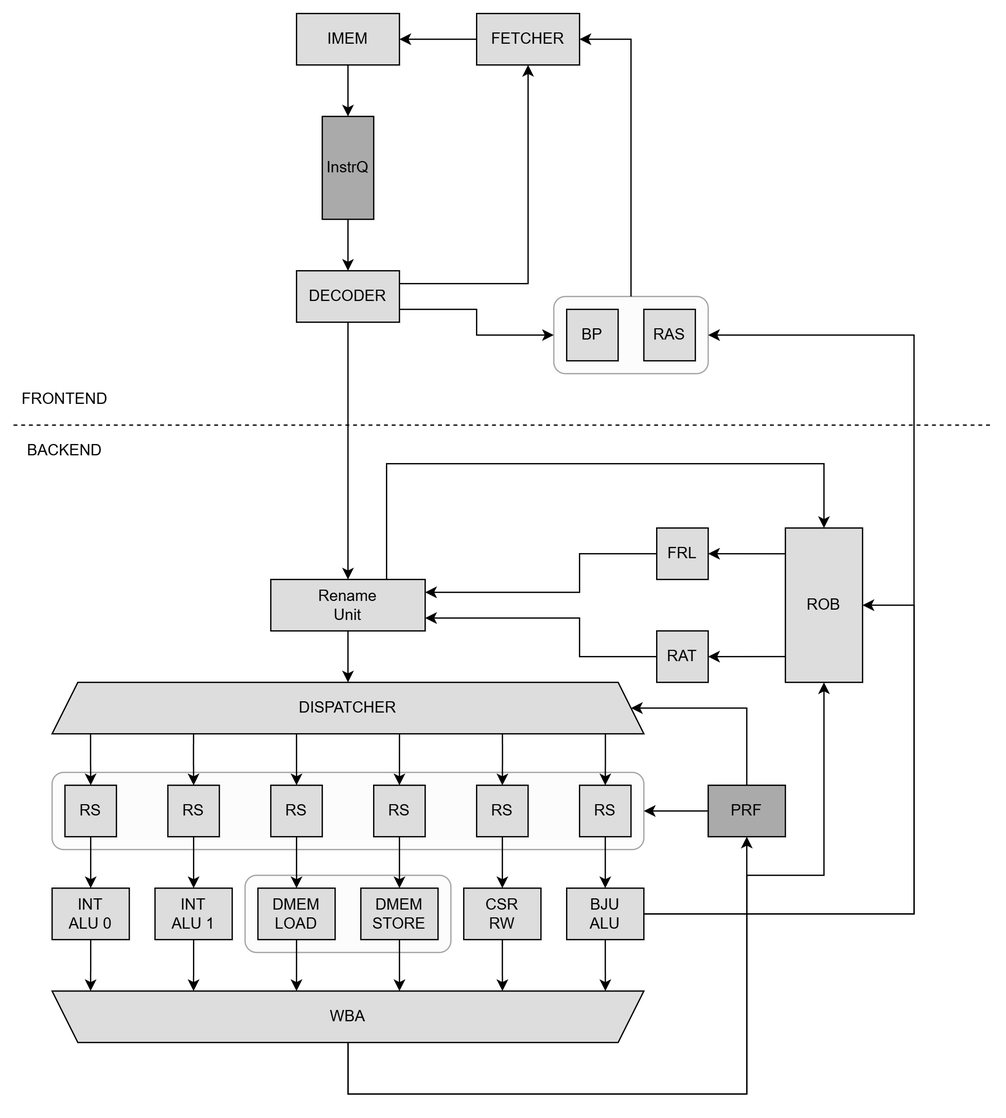
The draw.io diagram doc/img/trmc_uarch_top.png in BIG-Denis/terem-core, before a commit. Source tidied: cells renumbered, new cells last; positions are measured from the earlier drawing's top-left corner, leaving out a move shared by most shapes.
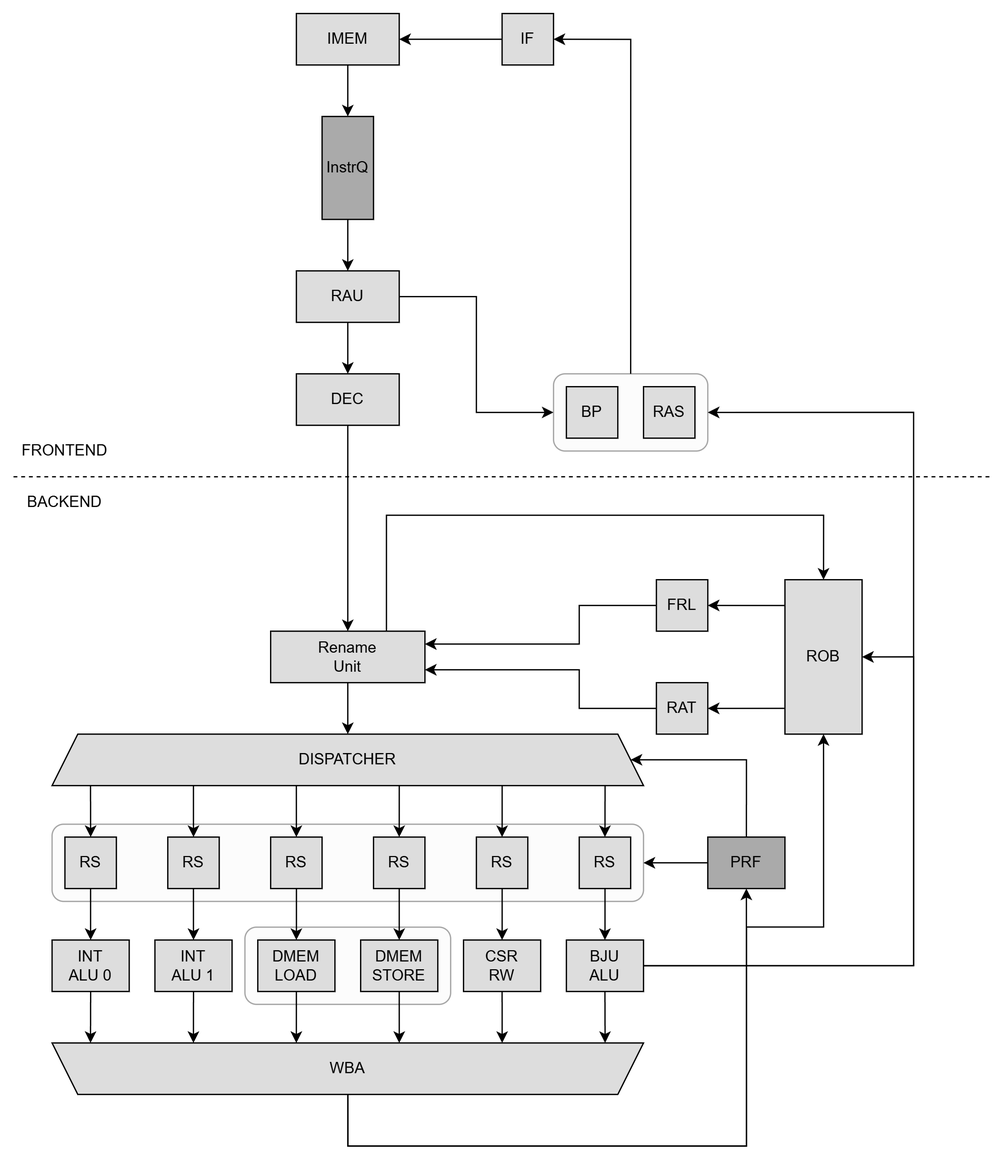
Later version of the same file.

Commit message:
[feat/migration] Add IF, RAU and DEC to spec

The edit, as a diff of the source:
```diff
@@ -6,7 +6,7 @@
       <mxGeometry x="180" y="670" width="160" height="60" as="geometry" />
     </mxCell>
     <mxCell id="3" style="rounded=1;whiteSpace=wrap;html=1;fillColor=#f5f5f5;opacity=35;fontColor=#333333;strokeColor=#000000;" parent="1" vertex="1">
-      <mxGeometry x="420" y="220" width="120" height="60" as="geometry" />
+      <mxGeometry x="420" y="240" width="120" height="60" as="geometry" />
     </mxCell>
     <mxCell id="4" style="rounded=1;whiteSpace=wrap;html=1;fillColor=#f5f5f5;opacity=35;fontColor=#333333;strokeColor=#000000;" parent="1" vertex="1">
       <mxGeometry x="30" y="590" width="460" height="60" as="geometry" />
@@ -17,17 +17,17 @@
         <mxPoint x="760" y="320" as="targetPoint" />
       </mxGeometry>
     </mxCell>
-    <mxCell id="6" style="edgeStyle=orthogonalEdgeStyle;rounded=0;jettySize=auto;html=1;entryX=0.5;entryY=0;entryDx=0;entryDy=0;" parent="1" edge="1" source="7" target="37">
-      <mxGeometry relative="1" as="geometry" />
-    </mxCell>
+    <mxCell id="72" style="edgeStyle=none;html=1;exitX=0.5;exitY=1;exitDx=0;exitDy=0;entryX=0.5;entryY=0;entryDx=0;entryDy=0;" parent="1" edge="1" source="7" target="75">
+      <mxGeometry relative="1" as="geometry" />
+    </mxCell>
     <mxCell id="7" value="InstrQ" style="rounded=0;whiteSpace=wrap;html=1;fillColor=#AAAAAA;" parent="1" vertex="1">
-      <mxGeometry x="240" y="80" width="40" height="80" as="geometry" />
+      <mxGeometry x="240" y="40" width="40" height="80" as="geometry" />
     </mxCell>
     <mxCell id="8" style="edgeStyle=orthogonalEdgeStyle;rounded=0;jettySize=auto;html=1;entryX=0.5;entryY=0;entryDx=0;entryDy=0;" parent="1" edge="1" source="9" target="7">
       <mxGeometry relative="1" as="geometry" />
     </mxCell>
     <mxCell id="9" value="IMEM" style="rounded=0;whiteSpace=wrap;html=1;fillColor=#DDDDDD;" parent="1" vertex="1">
-      <mxGeometry x="220" width="80" height="40" as="geometry" />
+      <mxGeometry x="220" y="-40" width="80" height="40" as="geometry" />
     </mxCell>
     <mxCell id="10" style="edgeStyle=orthogonalEdgeStyle;rounded=0;jettySize=auto;html=1;entryX=0.5;entryY=0;entryDx=0;entryDy=0;" parent="1" edge="1" source="12" target="14">
       <mxGeometry relative="1" as="geometry" />
@@ -140,41 +140,30 @@
     <mxCell id="34" style="edgeStyle=orthogonalEdgeStyle;rounded=0;jettySize=auto;html=1;entryX=0.5;entryY=0;entryDx=0;entryDy=0;" parent="1" edge="1" source="37" target="12">
       <mxGeometry relative="1" as="geometry" />
     </mxCell>
-    <mxCell id="35" style="edgeStyle=orthogonalEdgeStyle;rounded=0;jettySize=auto;html=1;exitX=1;exitY=0.25;exitDx=0;exitDy=0;entryX=0.5;entryY=1;entryDx=0;entryDy=0;" parent="1" edge="1" source="37" target="41">
-      <mxGeometry relative="1" as="geometry" />
-    </mxCell>
-    <mxCell id="36" style="edgeStyle=none;html=1;exitX=1;exitY=0.75;exitDx=0;exitDy=0;entryX=0;entryY=0.5;entryDx=0;entryDy=0;rounded=0;curved=0;" parent="1" edge="1" source="37" target="3">
-      <mxGeometry relative="1" as="geometry">
-        <Array as="points">
-          <mxPoint x="360" y="230" />
-          <mxPoint x="360" y="250" />
-        </Array>
-      </mxGeometry>
-    </mxCell>
-    <mxCell id="37" value="DECODER" style="rounded=0;whiteSpace=wrap;html=1;fillColor=#DDDDDD;" parent="1" vertex="1">
-      <mxGeometry x="220" y="200" width="80" height="40" as="geometry" />
+    <mxCell id="37" value="DEC" style="rounded=0;whiteSpace=wrap;html=1;fillColor=#DDDDDD;" parent="1" vertex="1">
+      <mxGeometry x="220" y="240" width="80" height="40" as="geometry" />
     </mxCell>
     <mxCell id="38" style="edgeStyle=orthogonalEdgeStyle;rounded=0;jettySize=auto;html=1;entryX=1;entryY=0.5;entryDx=0;entryDy=0;exitX=0.5;exitY=0;exitDx=0;exitDy=0;" parent="1" edge="1" source="3" target="41">
       <mxGeometry relative="1" as="geometry">
         <Array as="points">
-          <mxPoint x="480" y="20" />
+          <mxPoint x="480" y="-20" />
         </Array>
       </mxGeometry>
     </mxCell>
     <mxCell id="39" value="RAS" style="rounded=0;whiteSpace=wrap;html=1;fillColor=#DDDDDD;" parent="1" vertex="1">
-      <mxGeometry x="490" y="230" width="40" height="40" as="geometry" />
+      <mxGeometry x="490" y="250" width="40" height="40" as="geometry" />
     </mxCell>
     <mxCell id="40" style="edgeStyle=orthogonalEdgeStyle;rounded=0;jettySize=auto;html=1;entryX=1;entryY=0.5;entryDx=0;entryDy=0;" parent="1" edge="1" source="41" target="9">
       <mxGeometry relative="1" as="geometry" />
     </mxCell>
-    <mxCell id="41" value="FETCHER" style="rounded=0;whiteSpace=wrap;html=1;fillColor=#DDDDDD;" parent="1" vertex="1">
-      <mxGeometry x="360" width="80" height="40" as="geometry" />
+    <mxCell id="41" value="IF" style="rounded=0;whiteSpace=wrap;html=1;fillColor=#DDDDDD;" parent="1" vertex="1">
+      <mxGeometry x="380" y="-40" width="40" height="40" as="geometry" />
     </mxCell>
     <mxCell id="42" style="edgeStyle=orthogonalEdgeStyle;rounded=0;jettySize=auto;html=1;entryX=1;entryY=0.5;entryDx=0;entryDy=0;" parent="1" edge="1" source="44" target="3">
       <mxGeometry relative="1" as="geometry">
         <Array as="points">
           <mxPoint x="700" y="700" />
-          <mxPoint x="700" y="250" />
+          <mxPoint x="700" y="270" />
         </Array>
       </mxGeometry>
     </mxCell>
@@ -213,7 +202,7 @@
       <mxGeometry x="500" y="400" width="40" height="40" as="geometry" />
     </mxCell>
     <mxCell id="51" value="BP" style="rounded=0;whiteSpace=wrap;html=1;fillColor=#DDDDDD;" parent="1" vertex="1">
-      <mxGeometry x="430" y="230" width="40" height="40" as="geometry" />
+      <mxGeometry x="430" y="250" width="40" height="40" as="geometry" />
     </mxCell>
     <mxCell id="52" style="edgeStyle=orthogonalEdgeStyle;rounded=0;jettySize=auto;html=1;exitX=0.5;exitY=1;exitDx=0;exitDy=0;entryX=0.5;entryY=0;entryDx=0;entryDy=0;" parent="1" edge="1" source="53" target="54">
       <mxGeometry relative="1" as="geometry" />
@@ -275,5 +264,19 @@
     <mxCell id="71" style="edgeStyle=none;html=1;exitX=0;exitY=0.833;exitDx=0;exitDy=0;entryX=1;entryY=0.5;entryDx=0;entryDy=0;exitPerimeter=0;" parent="1" edge="1" source="27" target="33">
       <mxGeometry relative="1" as="geometry" />
     </mxCell>
+    <mxCell id="73" style="edgeStyle=none;html=1;entryX=0.5;entryY=0;entryDx=0;entryDy=0;" parent="1" edge="1" source="75" target="37">
+      <mxGeometry relative="1" as="geometry" />
+    </mxCell>
+    <mxCell id="74" style="edgeStyle=none;html=1;exitX=1;exitY=0.5;exitDx=0;exitDy=0;entryX=0;entryY=0.5;entryDx=0;entryDy=0;rounded=0;curved=0;" parent="1" edge="1" source="75" target="3">
+      <mxGeometry relative="1" as="geometry">
+        <Array as="points">
+          <mxPoint x="360" y="180" />
+          <mxPoint x="360" y="270" />
+        </Array>
+      </mxGeometry>
+    </mxCell>
+    <mxCell id="75" value="RAU" style="rounded=0;whiteSpace=wrap;html=1;fillColor=#DDDDDD;" parent="1" vertex="1">
+      <mxGeometry x="220" y="160" width="80" height="40" as="geometry" />
+    </mxCell>
   </root>
 </mxGraphModel>
```
